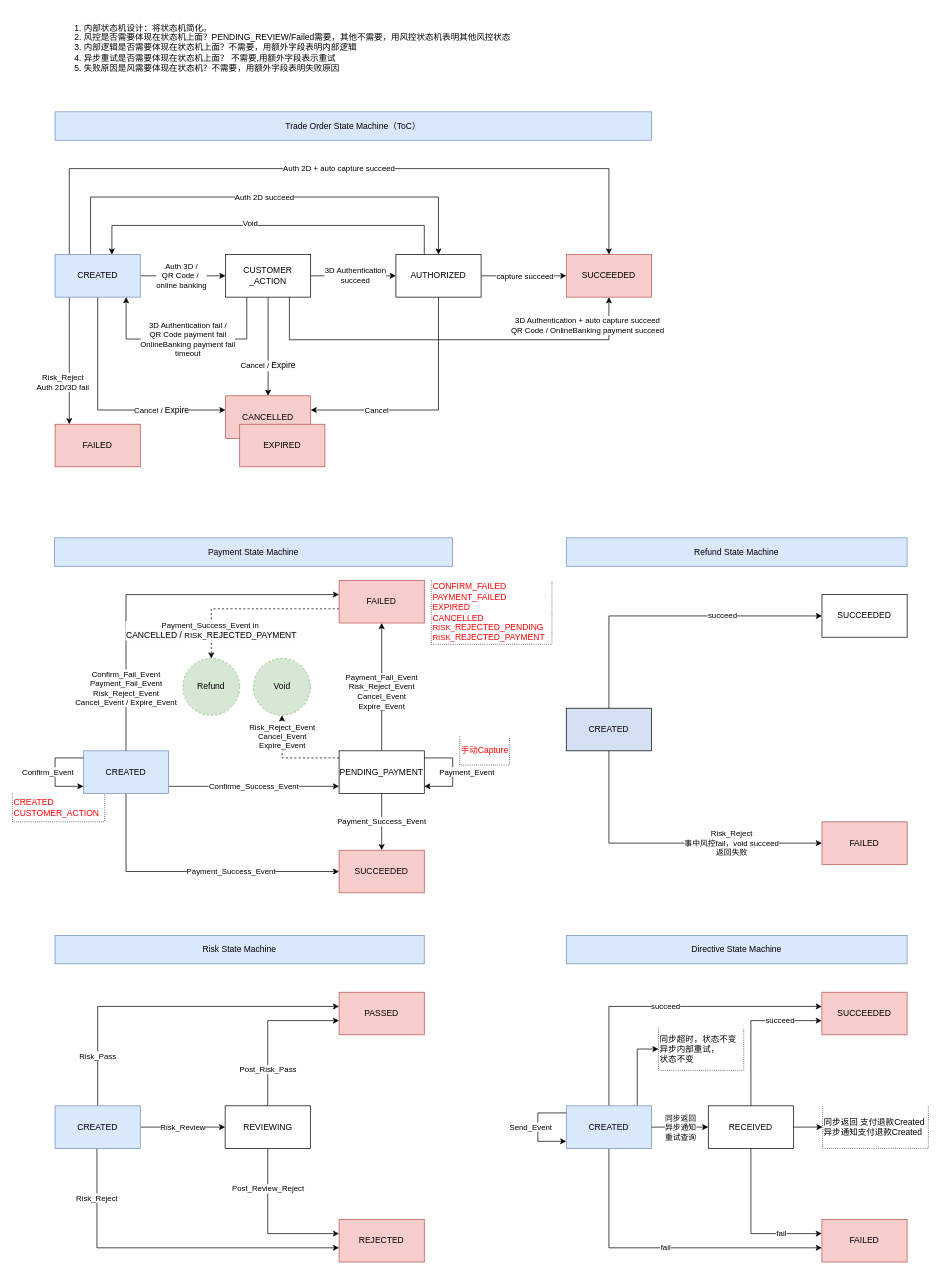
Earlier version of the draw.io diagram page "状态机" (3 of 9) of 支付架构.drawio (JudeSheng/design). Source tidied: cells renumbered, new cells numbered last; positions are measured from the earlier drawing's top-left corner, leaving out a move shared by most shapes. Both pictures are drawn from the tidied source at 71%, with x=0, y=0 at pixel (12, 12).
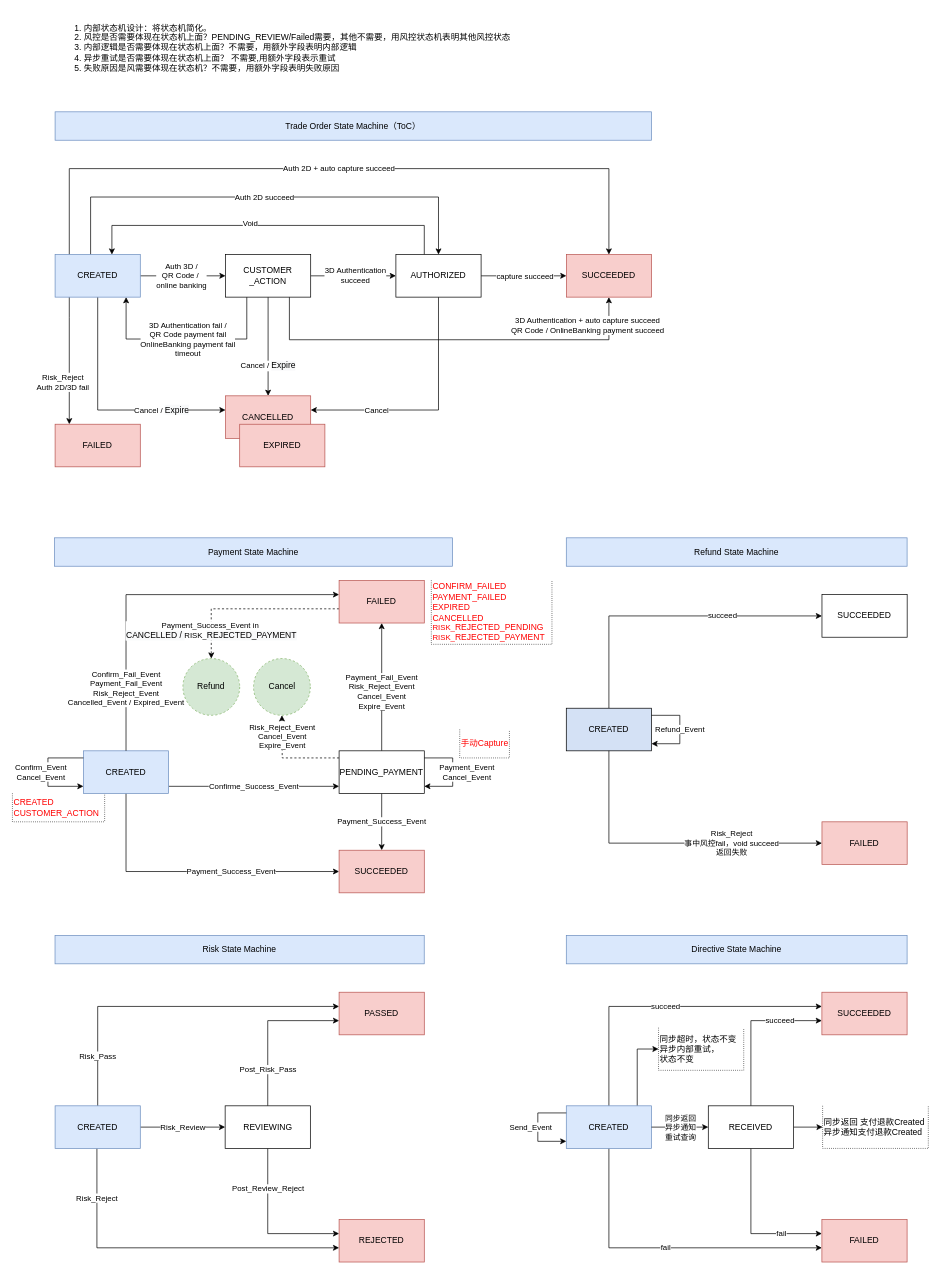
The same page after the edit.

Unchanged cells that the change refers to:
```xml
<mxCell id="31" value="&lt;pre style=&quot;font-size: 9.8pt ; font-family: &amp;#34;jetbrains mono&amp;#34; , monospace&quot;&gt;&lt;span style=&quot;font-family: &amp;#34;helvetica&amp;#34; ; font-size: 12px&quot;&gt;CREATED&lt;/span&gt;&lt;/pre&gt;" style="rounded=0;whiteSpace=wrap;html=1;fillColor=#D4E1F5;" parent="1" vertex="1">
  <mxGeometry x="780.1" y="980" width="120" height="60" as="geometry" />
</mxCell>
<mxCell id="56" value="CREATED" style="rounded=0;whiteSpace=wrap;html=1;fillColor=#dae8fc;strokeColor=#6c8ebf;" parent="1" vertex="1">
  <mxGeometry x="100" y="1040" width="120" height="60" as="geometry" />
</mxCell>
<mxCell id="60" value="PENDING_PAYMENT&lt;font color=&quot;#ff0000&quot;&gt;&lt;br&gt;&lt;/font&gt;" style="rounded=0;whiteSpace=wrap;html=1;" parent="1" vertex="1">
  <mxGeometry x="460.1" y="1040" width="120" height="60" as="geometry" />
</mxCell>
<mxCell id="63" value="FAILED&lt;span style=&quot;font-size: 11px&quot;&gt;&lt;br&gt;&lt;/span&gt;" style="whiteSpace=wrap;html=1;fillColor=#f8cecc;strokeColor=#b85450;" parent="1" vertex="1">
  <mxGeometry x="460.1" y="800" width="120" height="60" as="geometry" />
</mxCell>
```

The edit, as a diff of the source:
```diff
@@
-    <mxCell id="61" value="&lt;span style=&quot;font-family: &amp;#34;helvetica&amp;#34;&quot;&gt;Confirm_Fail_Event&lt;br&gt;&lt;/span&gt;&lt;span style=&quot;font-family: &amp;#34;helvetica&amp;#34;&quot;&gt;Payment_Fail_Event&lt;/span&gt;&lt;span style=&quot;font-family: &amp;#34;helvetica&amp;#34;&quot;&gt;&lt;br&gt;Risk_Reject_Event&lt;br&gt;Cancel_Event / Expire_Event&lt;br&gt;&lt;/span&gt;" style="edgeStyle=orthogonalEdgeStyle;rounded=0;jettySize=auto;html=1;fillColor=#FF3333;fontColor=#000000;" parent="1" edge="1" source="56" target="63">
+    <mxCell id="61" value="&lt;span style=&quot;font-family: &amp;#34;helvetica&amp;#34;&quot;&gt;Confirm_Fail_Event&lt;br&gt;&lt;/span&gt;&lt;span style=&quot;font-family: &amp;#34;helvetica&amp;#34;&quot;&gt;Payment_Fail_Event&lt;/span&gt;&lt;span style=&quot;font-family: &amp;#34;helvetica&amp;#34;&quot;&gt;&lt;br&gt;Risk_Reject_Event&lt;br&gt;Cancelled_Event / Expired_Event&lt;br&gt;&lt;/span&gt;" style="edgeStyle=orthogonalEdgeStyle;rounded=0;jettySize=auto;html=1;fillColor=#FF3333;fontColor=#000000;" parent="1" edge="1" source="56" target="63">
       <mxGeometry x="-0.66" relative="1" as="geometry">
         <Array as="points">
           <mxPoint x="160" y="820" />
         </Array>
       </mxGeometry>
     </mxCell>
@@
-    <mxCell id="65" value="&lt;span style=&quot;color: rgb(0 , 0 , 0) ; font-family: &amp;#34;helvetica&amp;#34; ; font-size: 11px ; font-style: normal ; font-weight: 400 ; letter-spacing: normal ; text-align: center ; text-indent: 0px ; text-transform: none ; word-spacing: 0px ; background-color: rgb(255 , 255 , 255) ; display: inline ; float: none&quot;&gt;Payment_Event&lt;/span&gt;" style="edgeStyle=orthogonalEdgeStyle;rounded=0;orthogonalLoop=1;jettySize=auto;html=1;fontColor=#000000;elbow=vertical;" parent="1" edge="1" source="60" target="60">
+    <mxCell id="65" value="&lt;span style=&quot;color: rgb(0 , 0 , 0) ; font-family: &amp;#34;helvetica&amp;#34; ; font-size: 11px ; font-style: normal ; font-weight: 400 ; letter-spacing: normal ; text-align: center ; text-indent: 0px ; text-transform: none ; word-spacing: 0px ; background-color: rgb(255 , 255 , 255) ; display: inline ; float: none&quot;&gt;Payment_Event&lt;br&gt;Cancel_Event&lt;br&gt;&lt;/span&gt;" style="edgeStyle=orthogonalEdgeStyle;rounded=0;orthogonalLoop=1;jettySize=auto;html=1;fontColor=#000000;elbow=vertical;" parent="1" edge="1" source="60" target="60">
       <mxGeometry y="20" relative="1" as="geometry">
         <Array as="points">
           <mxPoint x="620.1" y="1050" />
         </Array>
       </mxGeometry>
     </mxCell>
@@
-    <mxCell id="73" value="&lt;span style=&quot;color: rgb(0, 0, 0); font-family: helvetica; font-size: 11px; font-style: normal; font-weight: 400; letter-spacing: normal; text-align: center; text-indent: 0px; text-transform: none; word-spacing: 0px; background-color: rgb(255, 255, 255); display: inline; float: none;&quot;&gt;Confirm_Event&lt;/span&gt;" style="edgeStyle=orthogonalEdgeStyle;rounded=0;orthogonalLoop=1;jettySize=auto;html=1;fontColor=#FF0000;elbow=vertical;" parent="1" edge="1" source="56" target="56">
+    <mxCell id="73" value="&lt;span style=&quot;color: rgb(0 , 0 , 0) ; font-family: &amp;#34;helvetica&amp;#34; ; font-size: 11px ; font-style: normal ; font-weight: 400 ; letter-spacing: normal ; text-align: center ; text-indent: 0px ; text-transform: none ; word-spacing: 0px ; background-color: rgb(255 , 255 , 255) ; display: inline ; float: none&quot;&gt;Confirm_Event&lt;br&gt;Cancel_Event&lt;br&gt;&lt;/span&gt;" style="edgeStyle=orthogonalEdgeStyle;rounded=0;orthogonalLoop=1;jettySize=auto;html=1;fontColor=#FF0000;elbow=vertical;" parent="1" edge="1" source="56" target="56">
       <mxGeometry y="-10" relative="1" as="geometry">
         <Array as="points">
-          <mxPoint x="60.1" y="1050" />
+          <mxPoint x="50" y="1050" />
         </Array>
       </mxGeometry>
     </mxCell>
-    <mxCell id="74" value="Void" style="ellipse;whiteSpace=wrap;html=1;strokeColor=#82b366;fillColor=#d5e8d4;dashed=1;" parent="1" vertex="1">
+    <mxCell id="74" value="Cancel" style="ellipse;whiteSpace=wrap;html=1;strokeColor=#82b366;fillColor=#d5e8d4;dashed=1;" parent="1" vertex="1">
       <mxGeometry x="339.6" y="910" width="80" height="80" as="geometry" />
     </mxCell>
@@
     <mxCell id="81" value="&lt;div style=&quot;text-align: center&quot;&gt;&lt;/div&gt;&lt;span style=&quot;text-align: center&quot;&gt;手动Capture&lt;br&gt;&lt;/span&gt;" style="strokeWidth=1;html=1;shape=mxgraph.flowchart.annotation_1;align=left;direction=north;dashed=1;dashPattern=1 2;labelBackgroundColor=none;fontColor=#FF0000;fillColor=#D4E1F5;" parent="1" vertex="1">
-      <mxGeometry x="630" y="1020" width="70" height="40" as="geometry" />
+      <mxGeometry x="630" y="1010" width="70" height="40" as="geometry" />
     </mxCell>
@@
+    <mxCell id="83" value="Refund_Event" style="edgeStyle=orthogonalEdgeStyle;rounded=0;orthogonalLoop=1;jettySize=auto;html=1;fontColor=#000000;elbow=vertical;" parent="1" edge="1" source="31" target="31">
+      <mxGeometry relative="1" as="geometry">
+        <Array as="points">
+          <mxPoint x="940" y="990" />
+        </Array>
+      </mxGeometry>
+    </mxCell>
```
